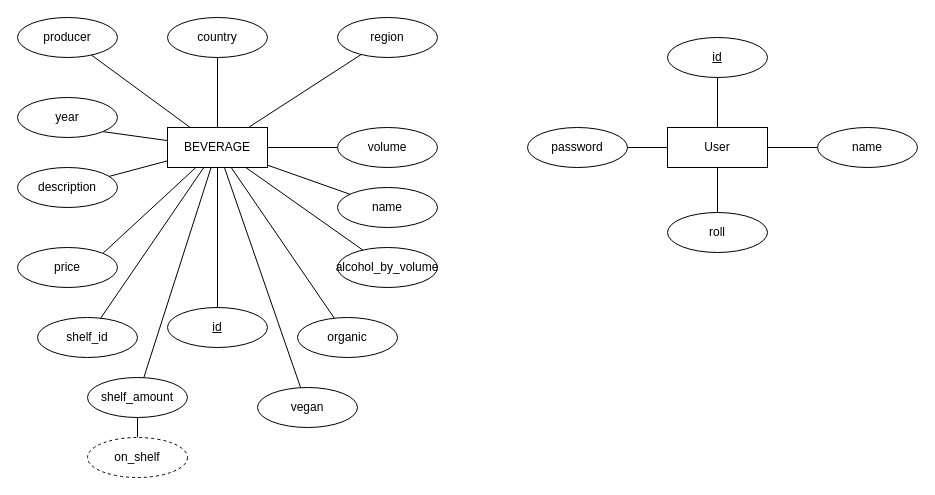
Earlier version of the draw.io diagram ER.drawio (moaberglund/fullstack-project). Source tidied: cells renumbered, new cells numbered last; positions are measured from the earlier drawing's top-left corner, leaving out a move shared by most shapes. Both pictures are drawn from the tidied source at 100%, with x=0, y=0 at pixel (17, 17).
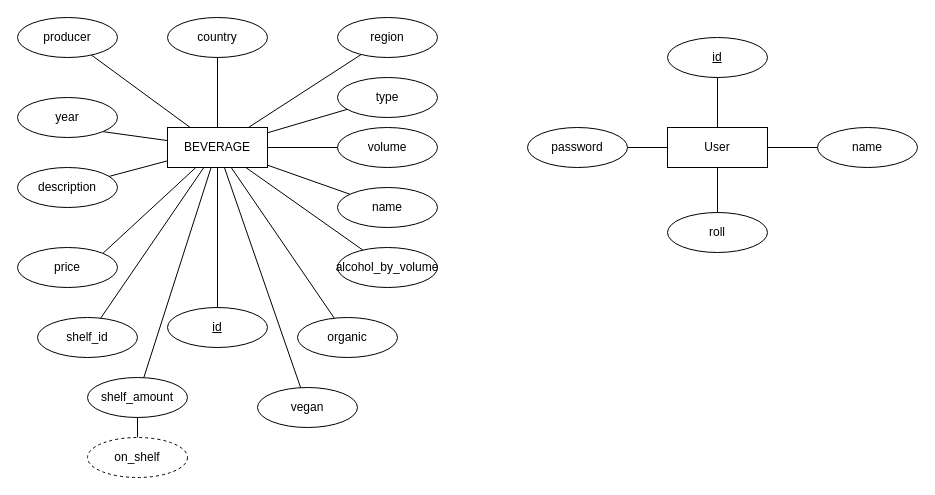
The same page after the edit.

Commit message:
lägg till typ (ex. vitt vin)

Unchanged cells that the change refers to:
```xml
<mxCell id="12" value="BEVERAGE" style="whiteSpace=wrap;html=1;align=center;" parent="1" vertex="1">
  <mxGeometry x="150" y="110" width="100" height="40" as="geometry" />
</mxCell>
```

What changed in the source:
```diff
@@
+    <mxCell id="42" style="edgeStyle=none;html=1;endArrow=none;endFill=0;" parent="1" edge="1" source="12" target="43">
+      <mxGeometry relative="1" as="geometry" />
+    </mxCell>
@@
+    <mxCell id="43" value="type" style="ellipse;whiteSpace=wrap;html=1;align=center;" parent="1" vertex="1">
+      <mxGeometry x="320" y="60" width="100" height="40" as="geometry" />
+    </mxCell>
```
